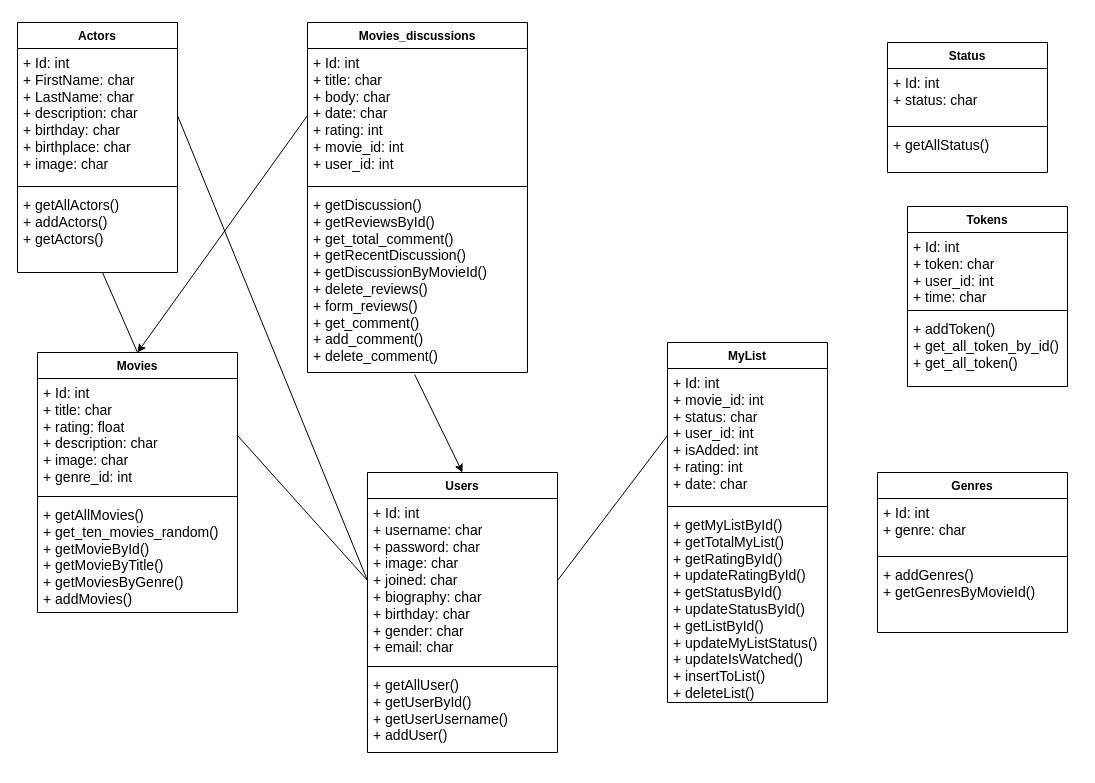
randyisalive/MovieList-FinalProject keeps this draw.io diagram as Class Diagram.drawio. Above is the earlier version. Source tidied: cells renumbered, new cells numbered last; positions are measured from the earlier drawing's top-left corner, leaving out a move shared by most shapes. Both pictures are drawn from the tidied source at 100%, with x=0, y=0 at pixel (17, 22).
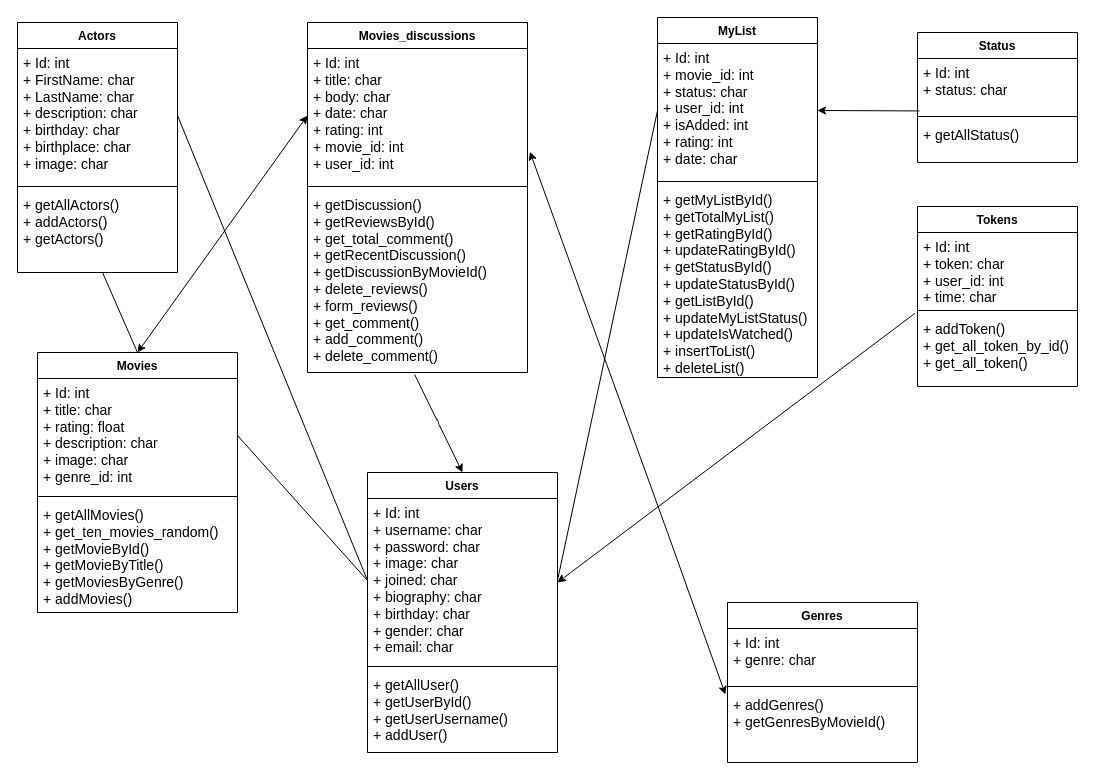
After the change.

The change refers to these unchanged cells:
```xml
<mxCell id="7" value="&lt;font style=&quot;font-size: 14px;&quot;&gt;+ Id: int&lt;br&gt;+ title: char&lt;br&gt;+ body: char&lt;br&gt;+ date: char&lt;br&gt;+ rating: int&lt;br&gt;+ movie_id: int&lt;br&gt;+ user_id: int&lt;br&gt;&lt;/font&gt;" style="text;strokeColor=none;fillColor=none;align=left;verticalAlign=top;spacingLeft=4;spacingRight=4;overflow=hidden;points=[[0,0.5],[1,0.5]];portConstraint=eastwest;whiteSpace=wrap;html=1;" parent="6" vertex="1">
  <mxGeometry y="26" width="220" height="134" as="geometry" />
</mxCell>
<mxCell id="9" value="&lt;font style=&quot;font-size: 14px;&quot;&gt;+ getDiscussion()&lt;br&gt;+ getReviewsById()&lt;br&gt;+ get_total_comment()&lt;br&gt;+ getRecentDiscussion()&lt;br&gt;+ getDiscussionByMovieId()&lt;br&gt;+ delete_reviews()&lt;br&gt;+ form_reviews()&lt;br&gt;+ get_comment()&lt;br&gt;+ add_comment()&lt;br&gt;+ delete_comment()&lt;br&gt;&lt;/font&gt;" style="text;strokeColor=none;fillColor=none;align=left;verticalAlign=top;spacingLeft=4;spacingRight=4;overflow=hidden;points=[[0,0.5],[1,0.5]];portConstraint=eastwest;whiteSpace=wrap;html=1;" parent="6" vertex="1">
  <mxGeometry y="168" width="220" height="182" as="geometry" />
</mxCell>
<mxCell id="10" value="Movies" style="swimlane;fontStyle=1;align=center;verticalAlign=top;horizontal=1;startSize=26;whiteSpace=wrap;html=1;" parent="1" vertex="1">
  <mxGeometry x="20" y="330" width="200" height="260" as="geometry" />
</mxCell>
<mxCell id="15" value="&lt;font style=&quot;font-size: 14px;&quot;&gt;+ Id: int&lt;br&gt;+ movie_id: int&lt;br&gt;+ status: char&lt;br&gt;+ user_id: int&lt;br&gt;+ isAdded: int&lt;br&gt;+ rating: int&lt;br&gt;+ date: char&lt;br&gt;&lt;/font&gt;" style="text;strokeColor=none;fillColor=none;align=left;verticalAlign=top;spacingLeft=4;spacingRight=4;overflow=hidden;points=[[0,0.5],[1,0.5]];portConstraint=eastwest;whiteSpace=wrap;html=1;" parent="14" vertex="1">
  <mxGeometry y="26" width="160" height="134" as="geometry" />
</mxCell>
<mxCell id="19" value="&lt;font style=&quot;font-size: 14px;&quot;&gt;+ Id: int&lt;br&gt;+ status: char&lt;br&gt;&lt;/font&gt;" style="text;strokeColor=none;fillColor=none;align=left;verticalAlign=top;spacingLeft=4;spacingRight=4;overflow=hidden;points=[[0,0.5],[1,0.5]];portConstraint=eastwest;whiteSpace=wrap;html=1;" parent="18" vertex="1">
  <mxGeometry y="26" width="160" height="54" as="geometry" />
</mxCell>
<mxCell id="25" value="&lt;font style=&quot;font-size: 14px;&quot;&gt;+ addToken()&lt;br&gt;+ get_all_token_by_id()&lt;br&gt;+ get_all_token()&lt;br&gt;&lt;/font&gt;" style="text;strokeColor=none;fillColor=none;align=left;verticalAlign=top;spacingLeft=4;spacingRight=4;overflow=hidden;points=[[0,0.5],[1,0.5]];portConstraint=eastwest;whiteSpace=wrap;html=1;" parent="22" vertex="1">
  <mxGeometry y="108" width="160" height="72" as="geometry" />
</mxCell>
<mxCell id="29" value="&lt;font style=&quot;font-size: 14px;&quot;&gt;+ addGenres()&lt;br&gt;+ getGenresByMovieId()&lt;br&gt;&lt;/font&gt;" style="text;strokeColor=none;fillColor=none;align=left;verticalAlign=top;spacingLeft=4;spacingRight=4;overflow=hidden;points=[[0,0.5],[1,0.5]];portConstraint=eastwest;whiteSpace=wrap;html=1;" parent="26" vertex="1">
  <mxGeometry y="88" width="190" height="72" as="geometry" />
</mxCell>
<mxCell id="30" value="Users" style="swimlane;fontStyle=1;align=center;verticalAlign=top;horizontal=1;startSize=26;whiteSpace=wrap;html=1;" parent="1" vertex="1">
  <mxGeometry x="350" y="450" width="190" height="280" as="geometry" />
</mxCell>
```

The edit, as a diff of the source:
```diff
@@
     <mxCell id="14" value="MyList" style="swimlane;fontStyle=1;align=center;verticalAlign=top;horizontal=1;startSize=26;whiteSpace=wrap;html=1;" parent="1" vertex="1">
-      <mxGeometry x="650" y="320" width="160" height="360" as="geometry" />
+      <mxGeometry x="640" y="-5" width="160" height="360" as="geometry" />
     </mxCell>
@@
     <mxCell id="18" value="Status" style="swimlane;fontStyle=1;align=center;verticalAlign=top;horizontal=1;startSize=26;whiteSpace=wrap;html=1;" parent="1" vertex="1">
-      <mxGeometry x="870" y="20" width="160" height="130" as="geometry" />
+      <mxGeometry x="900" y="10" width="160" height="130" as="geometry" />
     </mxCell>
@@
     <mxCell id="22" value="Tokens" style="swimlane;fontStyle=1;align=center;verticalAlign=top;horizontal=1;startSize=26;whiteSpace=wrap;html=1;" parent="1" vertex="1">
-      <mxGeometry x="890" y="184" width="160" height="180" as="geometry" />
+      <mxGeometry x="900" y="184" width="160" height="180" as="geometry" />
     </mxCell>
@@
     <mxCell id="26" value="Genres" style="swimlane;fontStyle=1;align=center;verticalAlign=top;horizontal=1;startSize=26;whiteSpace=wrap;html=1;" parent="1" vertex="1">
-      <mxGeometry x="860" y="450" width="190" height="160" as="geometry" />
+      <mxGeometry x="710" y="580" width="190" height="160" as="geometry" />
     </mxCell>
@@
-    <mxCell id="37" style="endArrow=classic;html=1;rounded=0;entryX=0.5;entryY=0;entryDx=0;entryDy=0;exitX=0;exitY=0.5;exitDx=0;exitDy=0;" parent="1" edge="1" source="7" target="10">
-      <mxGeometry relative="1" as="geometry" />
-    </mxCell>
@@
-    <mxCell id="39" style="endArrow=classic;html=1;rounded=0;entryX=0.5;entryY=0;entryDx=0;entryDy=0;exitX=0.487;exitY=1.011;exitDx=0;exitDy=0;exitPerimeter=0;" parent="1" edge="1" source="9" target="30">
+    <mxCell id="39" value="\" style="endArrow=classic;html=1;rounded=0;entryX=0.5;entryY=0;entryDx=0;entryDy=0;exitX=0.487;exitY=1.011;exitDx=0;exitDy=0;exitPerimeter=0;" parent="1" edge="1" source="9" target="30">
       <mxGeometry relative="1" as="geometry" />
     </mxCell>
+    <mxCell id="40" style="endArrow=classic;startArrow=classic;html=1;rounded=0;exitX=1.011;exitY=0.771;exitDx=0;exitDy=0;exitPerimeter=0;entryX=-0.011;entryY=0.056;entryDx=0;entryDy=0;entryPerimeter=0;" parent="1" edge="1" source="7" target="29">
+      <mxGeometry relative="1" as="geometry">
+        <Array as="points">
+          <mxPoint x="650" y="510" />
+        </Array>
+      </mxGeometry>
+    </mxCell>
+    <mxCell id="41" style="endArrow=classic;html=1;rounded=0;entryX=1;entryY=0.5;entryDx=0;entryDy=0;exitX=0.013;exitY=0.971;exitDx=0;exitDy=0;exitPerimeter=0;" parent="1" edge="1" source="19" target="15">
+      <mxGeometry relative="1" as="geometry" />
+    </mxCell>
+    <mxCell id="42" style="endArrow=classic;html=1;rounded=0;exitX=-0.016;exitY=-0.016;exitDx=0;exitDy=0;exitPerimeter=0;" parent="1" edge="1" source="25">
+      <mxGeometry relative="1" as="geometry">
+        <mxPoint x="540" y="560" as="targetPoint" />
+      </mxGeometry>
+    </mxCell>
+    <mxCell id="43" style="endArrow=classic;startArrow=classic;html=1;rounded=0;entryX=0;entryY=0.5;entryDx=0;entryDy=0;exitX=0.5;exitY=0;exitDx=0;exitDy=0;" parent="1" edge="1" source="10" target="7">
+      <mxGeometry relative="1" as="geometry" />
+    </mxCell>
```
